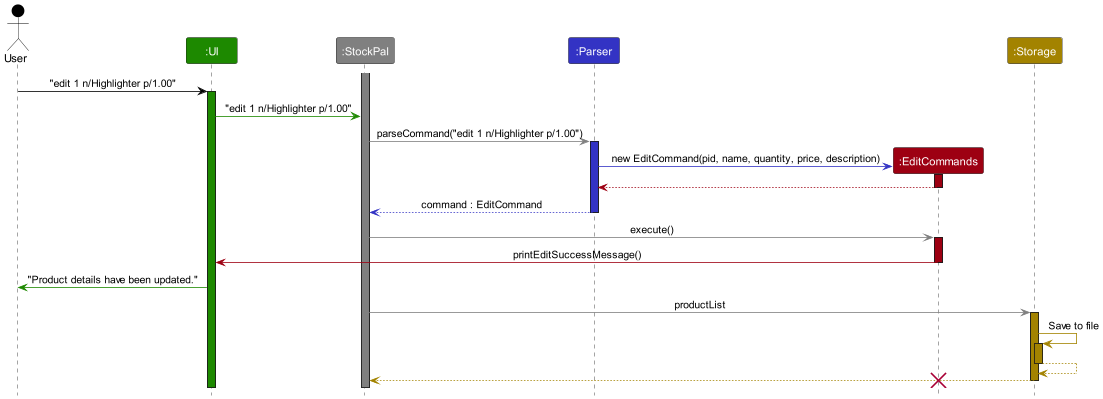
The PlantUML diagram docs/images/EditCommandSequenceDiagram.png in nus-cs2113-AY2324S2/tp, before a commit.
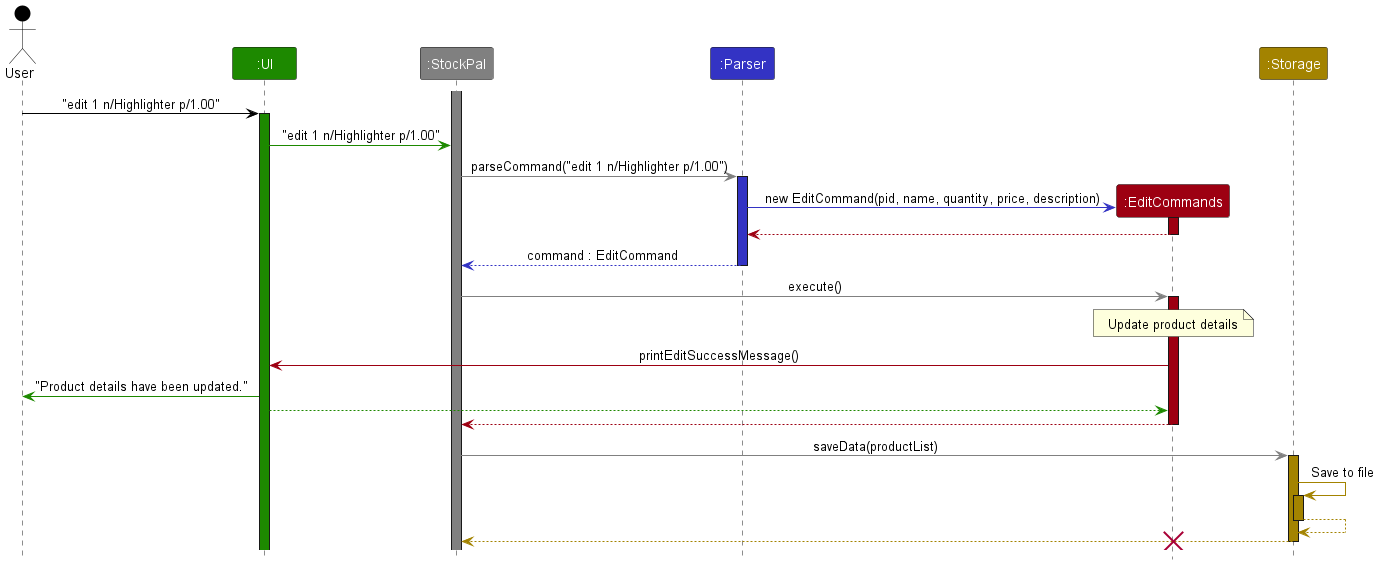
After the commit.

Commit message:
Update EditCommand sequence diagram

Diff of the diagram source:
```diff
@@ -31,11 +31,17 @@
 stockpal -[STOCKPAL_COLOR]> command : execute()
 activate command COMMANDS_COLOR
 
+note over command
+    Update product details
+end note
+
 command -[COMMANDS_COLOR]> ui : printEditSuccessMessage()
+user <-[UI_COLOR] ui : "Product details have been updated."
+ui [UI_COLOR]--> command
+stockpal <--[COMMANDS_COLOR] command
 deactivate command
-ui -[UI_COLOR]> user : "Product details have been updated."
 
-stockpal -[STOCKPAL_COLOR]> storage : productList
+stockpal -[STOCKPAL_COLOR]> storage : saveData(productList)
 activate storage STORAGE_COLOR
 
 storage -[STORAGE_COLOR]> storage : Save to file
```
